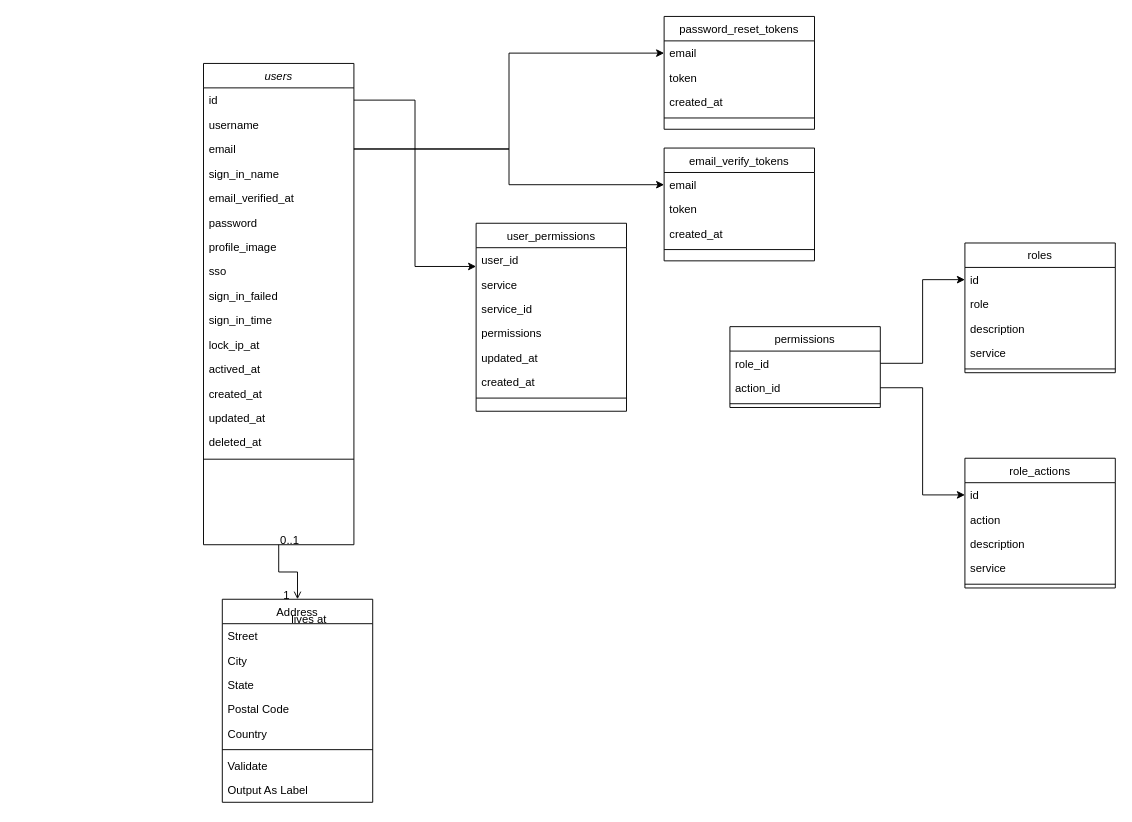
Above: Biểu đồ không có tiêu đề.drawio in desod-vn/desod-vn (draw.io), before the change. Source tidied: cells renumbered, new cells numbered last; positions are measured from the earlier drawing's top-left corner, leaving out a move shared by most shapes. Both pictures are drawn from the tidied source at 94%, with x=0, y=0 at pixel (203, 16).
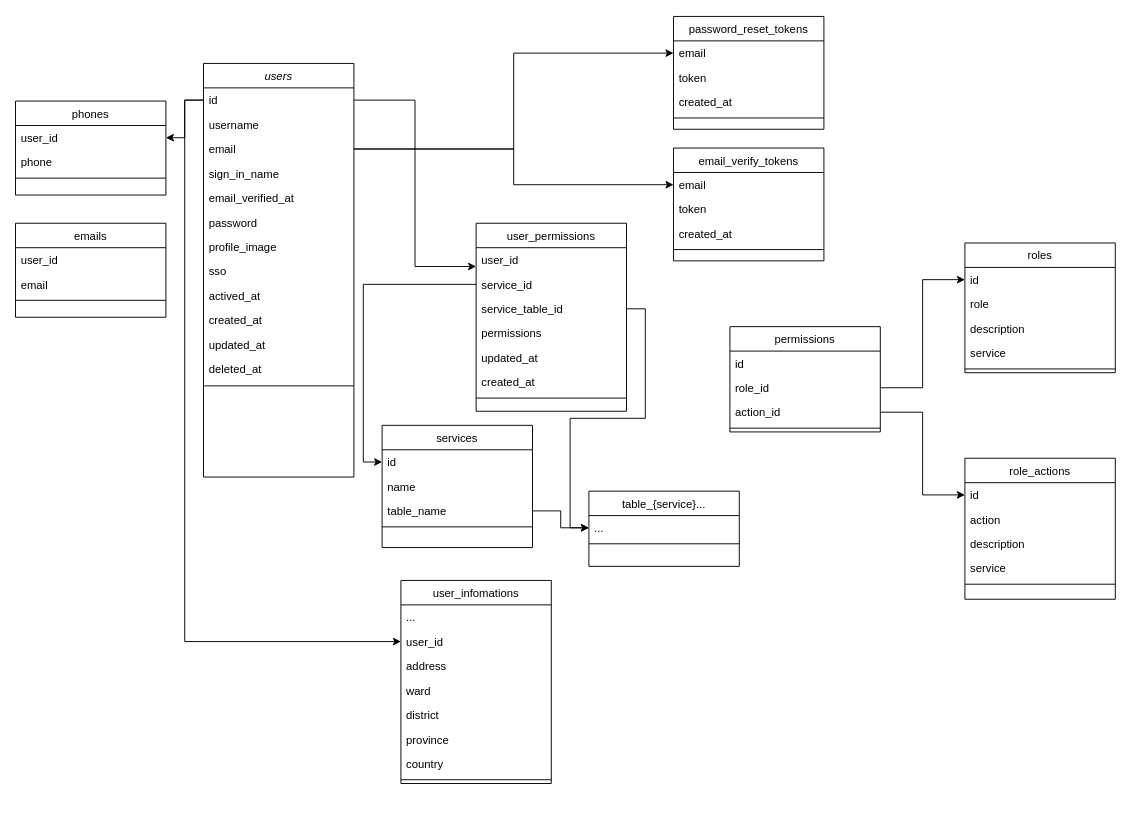
The same diagram, later.

Commit message (it also covers changes not shown here):
Cập nhật Biểu đồ không có tiêu đề.drawio

Unchanged cells that the change refers to:
```xml
<mxCell id="3" value="id" style="text;align=left;verticalAlign=top;spacingLeft=4;spacingRight=4;overflow=hidden;points=[[0,0.5],[1,0.5]];portConstraint=eastwest;" parent="2" vertex="1">
  <mxGeometry y="26" width="160" height="26" as="geometry" />
</mxCell>
<mxCell id="48" value="user_permissions" style="swimlane;fontStyle=0;align=center;verticalAlign=top;horizontal=1;startSize=26;rounded=0;shadow=0;strokeWidth=1;" parent="1" vertex="1">
  <mxGeometry x="290" y="220" width="160" height="200" as="geometry" />
</mxCell>
```

Change to the diagram source:
```diff
@@
     <mxCell id="2" value="users" style="swimlane;fontStyle=2;align=center;verticalAlign=top;horizontal=1;startSize=26;rounded=0;shadow=0;strokeWidth=1;" parent="1" vertex="1">
-      <mxGeometry y="50" width="160" height="512" as="geometry" />
+      <mxGeometry y="50" width="160" height="440" as="geometry" />
     </mxCell>
@@
-    <mxCell id="11" value="sign_in_failed" style="text;align=left;verticalAlign=top;spacingLeft=4;spacingRight=4;overflow=hidden;rounded=0;shadow=0;html=0;" parent="2" vertex="1">
-      <mxGeometry y="234" width="160" height="26" as="geometry" />
-    </mxCell>
-    <mxCell id="12" value="sign_in_time" style="text;align=left;verticalAlign=top;spacingLeft=4;spacingRight=4;overflow=hidden;rounded=0;shadow=0;html=0;" parent="2" vertex="1">
-      <mxGeometry y="260" width="160" height="26" as="geometry" />
-    </mxCell>
-    <mxCell id="13" value="lock_ip_at" style="text;align=left;verticalAlign=top;spacingLeft=4;spacingRight=4;overflow=hidden;rounded=0;shadow=0;html=0;" parent="2" vertex="1">
-      <mxGeometry y="286" width="160" height="26" as="geometry" />
-    </mxCell>
     <mxCell id="14" value="actived_at" style="text;align=left;verticalAlign=top;spacingLeft=4;spacingRight=4;overflow=hidden;rounded=0;shadow=0;html=0;" parent="2" vertex="1">
-      <mxGeometry y="312" width="160" height="26" as="geometry" />
+      <mxGeometry y="234" width="160" height="26" as="geometry" />
     </mxCell>
     <mxCell id="15" value="created_at" style="text;align=left;verticalAlign=top;spacingLeft=4;spacingRight=4;overflow=hidden;rounded=0;shadow=0;html=0;" parent="2" vertex="1">
-      <mxGeometry y="338" width="160" height="26" as="geometry" />
+      <mxGeometry y="260" width="160" height="26" as="geometry" />
     </mxCell>
     <mxCell id="16" value="updated_at" style="text;align=left;verticalAlign=top;spacingLeft=4;spacingRight=4;overflow=hidden;rounded=0;shadow=0;html=0;" parent="2" vertex="1">
-      <mxGeometry y="364" width="160" height="26" as="geometry" />
+      <mxGeometry y="286" width="160" height="26" as="geometry" />
     </mxCell>
     <mxCell id="17" value="deleted_at" style="text;align=left;verticalAlign=top;spacingLeft=4;spacingRight=4;overflow=hidden;rounded=0;shadow=0;html=0;" parent="2" vertex="1">
-      <mxGeometry y="390" width="160" height="26" as="geometry" />
+      <mxGeometry y="312" width="160" height="26" as="geometry" />
     </mxCell>
     <mxCell id="18" style="line;html=1;strokeWidth=1;align=left;verticalAlign=middle;spacingTop=-1;spacingLeft=3;spacingRight=3;labelPosition=right;" parent="2" vertex="1">
-      <mxGeometry y="416" width="160" height="10" as="geometry" />
+      <mxGeometry y="338" width="160" height="10" as="geometry" />
     </mxCell>
@@
-    <mxCell id="25" value="Address" style="swimlane;fontStyle=0;align=center;verticalAlign=top;horizontal=1;startSize=26;rounded=0;shadow=0;strokeWidth=1;" parent="1" vertex="1">
-      <mxGeometry x="20" y="620" width="160" height="216" as="geometry" />
-    </mxCell>
-    <mxCell id="26" value="Street" style="text;align=left;verticalAlign=top;spacingLeft=4;spacingRight=4;overflow=hidden;" parent="25" vertex="1">
-      <mxGeometry y="26" width="160" height="26" as="geometry" />
-    </mxCell>
-    <mxCell id="27" value="City" style="text;align=left;verticalAlign=top;spacingLeft=4;spacingRight=4;overflow=hidden;rounded=0;shadow=0;html=0;" parent="25" vertex="1">
-      <mxGeometry y="52" width="160" height="26" as="geometry" />
-    </mxCell>
-    <mxCell id="28" value="State" style="text;align=left;verticalAlign=top;spacingLeft=4;spacingRight=4;overflow=hidden;rounded=0;shadow=0;html=0;" parent="25" vertex="1">
-      <mxGeometry y="78" width="160" height="26" as="geometry" />
-    </mxCell>
-    <mxCell id="29" value="Postal Code" style="text;align=left;verticalAlign=top;spacingLeft=4;spacingRight=4;overflow=hidden;rounded=0;shadow=0;html=0;" parent="25" vertex="1">
-      <mxGeometry y="104" width="160" height="26" as="geometry" />
-    </mxCell>
-    <mxCell id="30" value="Country" style="text;align=left;verticalAlign=top;spacingLeft=4;spacingRight=4;overflow=hidden;rounded=0;shadow=0;html=0;" parent="25" vertex="1">
-      <mxGeometry y="130" width="160" height="26" as="geometry" />
-    </mxCell>
-    <mxCell id="31" style="line;html=1;strokeWidth=1;align=left;verticalAlign=middle;spacingTop=-1;spacingLeft=3;spacingRight=3;labelPosition=right;" parent="25" vertex="1">
-      <mxGeometry y="156" width="160" height="8" as="geometry" />
-    </mxCell>
-    <mxCell id="32" value="Validate" style="text;align=left;verticalAlign=top;spacingLeft=4;spacingRight=4;overflow=hidden;" parent="25" vertex="1">
-      <mxGeometry y="164" width="160" height="26" as="geometry" />
-    </mxCell>
-    <mxCell id="33" value="Output As Label" style="text;align=left;verticalAlign=top;spacingLeft=4;spacingRight=4;overflow=hidden;" parent="25" vertex="1">
-      <mxGeometry y="190" width="160" height="26" as="geometry" />
-    </mxCell>
-    <mxCell id="34" style="endArrow=open;shadow=0;strokeWidth=1;rounded=0;endFill=1;edgeStyle=elbowEdgeStyle;elbow=vertical;" parent="1" edge="1" source="2" target="25">
-      <mxGeometry x="0.5" y="41" relative="1" as="geometry">
-        <mxPoint x="-40" y="32" as="offset" />
-      </mxGeometry>
-    </mxCell>
-    <mxCell id="35" value="0..1" style="align=left;verticalAlign=bottom;labelBackgroundColor=none;fontSize=12;" parent="34" vertex="1">
-      <mxGeometry x="-1" relative="1" as="geometry">
-        <mxPoint y="4" as="offset" />
-      </mxGeometry>
-    </mxCell>
-    <mxCell id="36" value="1" style="align=right;verticalAlign=bottom;labelBackgroundColor=none;fontSize=12;" parent="34" vertex="1">
-      <mxGeometry x="1" relative="1" as="geometry">
-        <mxPoint x="-7" y="4" as="offset" />
-      </mxGeometry>
-    </mxCell>
-    <mxCell id="37" value="lives at" style="text;html=1;align=center;verticalAlign=middle;labelBackgroundColor=none;rounded=0;shadow=0;strokeWidth=1;fontSize=12;" parent="34" vertex="1">
-      <mxGeometry x="0.5" y="49" relative="1" as="geometry">
-        <mxPoint x="-38" y="40" as="offset" />
-      </mxGeometry>
-    </mxCell>
     <mxCell id="38" value="password_reset_tokens" style="swimlane;fontStyle=0;align=center;verticalAlign=top;horizontal=1;startSize=26;rounded=0;shadow=0;strokeWidth=1;" parent="1" vertex="1">
-      <mxGeometry x="490" width="160" height="120" as="geometry" />
+      <mxGeometry x="500" width="160" height="120" as="geometry" />
     </mxCell>
@@
     <mxCell id="43" value="email_verify_tokens" style="swimlane;fontStyle=0;align=center;verticalAlign=top;horizontal=1;startSize=26;rounded=0;shadow=0;strokeWidth=1;" parent="1" vertex="1">
-      <mxGeometry x="490" y="140" width="160" height="120" as="geometry" />
+      <mxGeometry x="500" y="140" width="160" height="120" as="geometry" />
     </mxCell>
@@
-    <mxCell id="50" value="service" style="text;align=left;verticalAlign=top;spacingLeft=4;spacingRight=4;overflow=hidden;points=[[0,0.5],[1,0.5]];portConstraint=eastwest;" parent="48" vertex="1">
+    <mxCell id="50" value="service_id" style="text;align=left;verticalAlign=top;spacingLeft=4;spacingRight=4;overflow=hidden;points=[[0,0.5],[1,0.5]];portConstraint=eastwest;" parent="48" vertex="1">
       <mxGeometry y="52" width="160" height="26" as="geometry" />
     </mxCell>
-    <mxCell id="51" value="service_id" style="text;align=left;verticalAlign=top;spacingLeft=4;spacingRight=4;overflow=hidden;points=[[0,0.5],[1,0.5]];portConstraint=eastwest;" parent="48" vertex="1">
+    <mxCell id="51" value="service_table_id" style="text;align=left;verticalAlign=top;spacingLeft=4;spacingRight=4;overflow=hidden;points=[[0,0.5],[1,0.5]];portConstraint=eastwest;" parent="48" vertex="1">
       <mxGeometry y="78" width="160" height="26" as="geometry" />
     </mxCell>
@@
     <mxCell id="59" value="role_actions" style="swimlane;fontStyle=0;align=center;verticalAlign=top;horizontal=1;startSize=26;rounded=0;shadow=0;strokeWidth=1;" parent="1" vertex="1">
-      <mxGeometry x="810" y="470" width="160" height="138" as="geometry" />
+      <mxGeometry x="810" y="470" width="160" height="150" as="geometry" />
     </mxCell>
@@
     <mxCell id="65" value="permissions" style="swimlane;fontStyle=0;align=center;verticalAlign=top;horizontal=1;startSize=26;rounded=0;shadow=0;strokeWidth=1;" parent="1" vertex="1">
-      <mxGeometry x="560" y="330" width="160" height="86" as="geometry" />
+      <mxGeometry x="560" y="330" width="160" height="112" as="geometry" />
     </mxCell>
+    <mxCell id="71" value="id" style="text;align=left;verticalAlign=top;spacingLeft=4;spacingRight=4;overflow=hidden;" parent="65" vertex="1">
+      <mxGeometry y="26" width="160" height="26" as="geometry" />
+    </mxCell>
     <mxCell id="66" value="role_id" style="text;align=left;verticalAlign=top;spacingLeft=4;spacingRight=4;overflow=hidden;points=[[0,0.5],[1,0.5]];portConstraint=eastwest;" parent="65" vertex="1">
-      <mxGeometry y="26" width="160" height="26" as="geometry" />
+      <mxGeometry y="52" width="160" height="26" as="geometry" />
     </mxCell>
     <mxCell id="67" value="action_id" style="text;align=left;verticalAlign=top;spacingLeft=4;spacingRight=4;overflow=hidden;points=[[0,0.5],[1,0.5]];portConstraint=eastwest;" parent="65" vertex="1">
-      <mxGeometry y="52" width="160" height="26" as="geometry" />
+      <mxGeometry y="78" width="160" height="26" as="geometry" />
     </mxCell>
     <mxCell id="68" style="line;html=1;strokeWidth=1;align=left;verticalAlign=middle;spacingTop=-1;spacingLeft=3;spacingRight=3;labelPosition=right;" parent="65" vertex="1">
-      <mxGeometry y="78" width="160" height="8" as="geometry" />
+      <mxGeometry y="104" width="160" height="8" as="geometry" />
     </mxCell>
@@
+    <mxCell id="72" value="services" style="swimlane;fontStyle=0;align=center;verticalAlign=top;horizontal=1;startSize=26;rounded=0;shadow=0;strokeWidth=1;" parent="1" vertex="1">
+      <mxGeometry x="190" y="435" width="160" height="130" as="geometry" />
+    </mxCell>
+    <mxCell id="73" value="id" style="text;align=left;verticalAlign=top;spacingLeft=4;spacingRight=4;overflow=hidden;points=[[0,0.5],[1,0.5]];portConstraint=eastwest;" parent="72" vertex="1">
+      <mxGeometry y="26" width="160" height="26" as="geometry" />
+    </mxCell>
+    <mxCell id="74" value="name" style="text;align=left;verticalAlign=top;spacingLeft=4;spacingRight=4;overflow=hidden;rounded=0;shadow=0;html=0;" parent="72" vertex="1">
+      <mxGeometry y="52" width="160" height="26" as="geometry" />
+    </mxCell>
+    <mxCell id="75" value="table_name" style="text;align=left;verticalAlign=top;spacingLeft=4;spacingRight=4;overflow=hidden;points=[[0,0.5],[1,0.5]];portConstraint=eastwest;rounded=0;shadow=0;html=0;" parent="72" vertex="1">
+      <mxGeometry y="78" width="160" height="26" as="geometry" />
+    </mxCell>
+    <mxCell id="76" style="line;html=1;strokeWidth=1;align=left;verticalAlign=middle;spacingTop=-1;spacingLeft=3;spacingRight=3;labelPosition=right;" parent="72" vertex="1">
+      <mxGeometry y="104" width="160" height="8" as="geometry" />
+    </mxCell>
+    <mxCell id="77" value="table_{service}..." style="swimlane;fontStyle=0;align=center;verticalAlign=top;horizontal=1;startSize=26;rounded=0;shadow=0;strokeWidth=1;" parent="1" vertex="1">
+      <mxGeometry x="410" y="505" width="160" height="80" as="geometry" />
+    </mxCell>
+    <mxCell id="78" value="..." style="text;align=left;verticalAlign=top;spacingLeft=4;spacingRight=4;overflow=hidden;points=[[0,0.5],[1,0.5]];portConstraint=eastwest;rounded=0;shadow=0;html=0;" parent="77" vertex="1">
+      <mxGeometry y="26" width="160" height="26" as="geometry" />
+    </mxCell>
+    <mxCell id="79" style="line;html=1;strokeWidth=1;align=left;verticalAlign=middle;spacingTop=-1;spacingLeft=3;spacingRight=3;labelPosition=right;" parent="77" vertex="1">
+      <mxGeometry y="52" width="160" height="8" as="geometry" />
+    </mxCell>
+    <mxCell id="80" style="edgeStyle=orthogonalEdgeStyle;rounded=0;jettySize=auto;html=1;exitX=1;exitY=0.5;exitDx=0;exitDy=0;entryX=0;entryY=0.5;entryDx=0;entryDy=0;" parent="1" edge="1" source="75" target="78">
+      <mxGeometry relative="1" as="geometry" />
+    </mxCell>
+    <mxCell id="81" style="edgeStyle=orthogonalEdgeStyle;rounded=0;jettySize=auto;html=1;exitX=0;exitY=0.5;exitDx=0;exitDy=0;entryX=0;entryY=0.5;entryDx=0;entryDy=0;" parent="1" edge="1" source="50" target="73">
+      <mxGeometry relative="1" as="geometry" />
+    </mxCell>
+    <mxCell id="82" style="edgeStyle=orthogonalEdgeStyle;rounded=0;jettySize=auto;html=1;exitX=1;exitY=0.5;exitDx=0;exitDy=0;entryX=0;entryY=0.5;entryDx=0;entryDy=0;" parent="1" edge="1" source="51" target="78">
+      <mxGeometry relative="1" as="geometry" />
+    </mxCell>
+    <mxCell id="83" value="user_infomations" style="swimlane;fontStyle=0;align=center;verticalAlign=top;horizontal=1;startSize=26;rounded=0;shadow=0;strokeWidth=1;" parent="1" vertex="1">
+      <mxGeometry x="210" y="600" width="160" height="216" as="geometry" />
+    </mxCell>
+    <mxCell id="84" value="..." style="text;align=left;verticalAlign=top;spacingLeft=4;spacingRight=4;overflow=hidden;" parent="83" vertex="1">
+      <mxGeometry y="26" width="160" height="26" as="geometry" />
+    </mxCell>
+    <mxCell id="85" value="user_id" style="text;align=left;verticalAlign=top;spacingLeft=4;spacingRight=4;overflow=hidden;points=[[0,0.5],[1,0.5]];portConstraint=eastwest;rounded=0;shadow=0;html=0;" parent="83" vertex="1">
+      <mxGeometry y="52" width="160" height="26" as="geometry" />
+    </mxCell>
+    <mxCell id="86" value="address" style="text;align=left;verticalAlign=top;spacingLeft=4;spacingRight=4;overflow=hidden;rounded=0;shadow=0;html=0;" parent="83" vertex="1">
+      <mxGeometry y="78" width="160" height="26" as="geometry" />
+    </mxCell>
+    <mxCell id="87" value="ward" style="text;align=left;verticalAlign=top;spacingLeft=4;spacingRight=4;overflow=hidden;rounded=0;shadow=0;html=0;" parent="83" vertex="1">
+      <mxGeometry y="104" width="160" height="26" as="geometry" />
+    </mxCell>
+    <mxCell id="88" value="district" style="text;align=left;verticalAlign=top;spacingLeft=4;spacingRight=4;overflow=hidden;rounded=0;shadow=0;html=0;" parent="83" vertex="1">
+      <mxGeometry y="130" width="160" height="26" as="geometry" />
+    </mxCell>
+    <mxCell id="89" value="province" style="text;align=left;verticalAlign=top;spacingLeft=4;spacingRight=4;overflow=hidden;rounded=0;shadow=0;html=0;" parent="83" vertex="1">
+      <mxGeometry y="156" width="160" height="26" as="geometry" />
+    </mxCell>
+    <mxCell id="90" value="country" style="text;align=left;verticalAlign=top;spacingLeft=4;spacingRight=4;overflow=hidden;rounded=0;shadow=0;html=0;" parent="83" vertex="1">
+      <mxGeometry y="182" width="160" height="26" as="geometry" />
+    </mxCell>
+    <mxCell id="91" style="line;html=1;strokeWidth=1;align=left;verticalAlign=middle;spacingTop=-1;spacingLeft=3;spacingRight=3;labelPosition=right;" parent="83" vertex="1">
+      <mxGeometry y="208" width="160" height="8" as="geometry" />
+    </mxCell>
+    <mxCell id="92" style="edgeStyle=orthogonalEdgeStyle;rounded=0;jettySize=auto;html=1;exitX=0;exitY=0.5;exitDx=0;exitDy=0;entryX=0;entryY=0.5;entryDx=0;entryDy=0;" parent="1" edge="1" source="3" target="85">
+      <mxGeometry relative="1" as="geometry" />
+    </mxCell>
+    <mxCell id="93" value="phones" style="swimlane;fontStyle=0;align=center;verticalAlign=top;horizontal=1;startSize=26;rounded=0;shadow=0;strokeWidth=1;" parent="1" vertex="1">
+      <mxGeometry x="-200" y="90" width="160" height="100" as="geometry" />
+    </mxCell>
+    <mxCell id="94" value="user_id" style="text;align=left;verticalAlign=top;spacingLeft=4;spacingRight=4;overflow=hidden;points=[[0,0.5],[1,0.5]];portConstraint=eastwest;" parent="93" vertex="1">
+      <mxGeometry y="26" width="160" height="26" as="geometry" />
+    </mxCell>
+    <mxCell id="95" value="phone" style="text;align=left;verticalAlign=top;spacingLeft=4;spacingRight=4;overflow=hidden;rounded=0;shadow=0;html=0;" parent="93" vertex="1">
+      <mxGeometry y="52" width="160" height="26" as="geometry" />
+    </mxCell>
+    <mxCell id="96" style="line;html=1;strokeWidth=1;align=left;verticalAlign=middle;spacingTop=-1;spacingLeft=3;spacingRight=3;labelPosition=right;" parent="93" vertex="1">
+      <mxGeometry y="78" width="160" height="8" as="geometry" />
+    </mxCell>
+    <mxCell id="97" style="edgeStyle=orthogonalEdgeStyle;rounded=0;jettySize=auto;html=1;exitX=0;exitY=0.5;exitDx=0;exitDy=0;" parent="1" edge="1" source="3" target="94">
+      <mxGeometry relative="1" as="geometry" />
+    </mxCell>
+    <mxCell id="98" value="emails" style="swimlane;fontStyle=0;align=center;verticalAlign=top;horizontal=1;startSize=26;rounded=0;shadow=0;strokeWidth=1;" parent="1" vertex="1">
+      <mxGeometry x="-200" y="220" width="160" height="100" as="geometry" />
+    </mxCell>
+    <mxCell id="99" value="user_id" style="text;align=left;verticalAlign=top;spacingLeft=4;spacingRight=4;overflow=hidden;" parent="98" vertex="1">
+      <mxGeometry y="26" width="160" height="26" as="geometry" />
+    </mxCell>
+    <mxCell id="100" value="email" style="text;align=left;verticalAlign=top;spacingLeft=4;spacingRight=4;overflow=hidden;rounded=0;shadow=0;html=0;" parent="98" vertex="1">
+      <mxGeometry y="52" width="160" height="26" as="geometry" />
+    </mxCell>
+    <mxCell id="101" style="line;html=1;strokeWidth=1;align=left;verticalAlign=middle;spacingTop=-1;spacingLeft=3;spacingRight=3;labelPosition=right;" parent="98" vertex="1">
+      <mxGeometry y="78" width="160" height="8" as="geometry" />
+    </mxCell>
```
